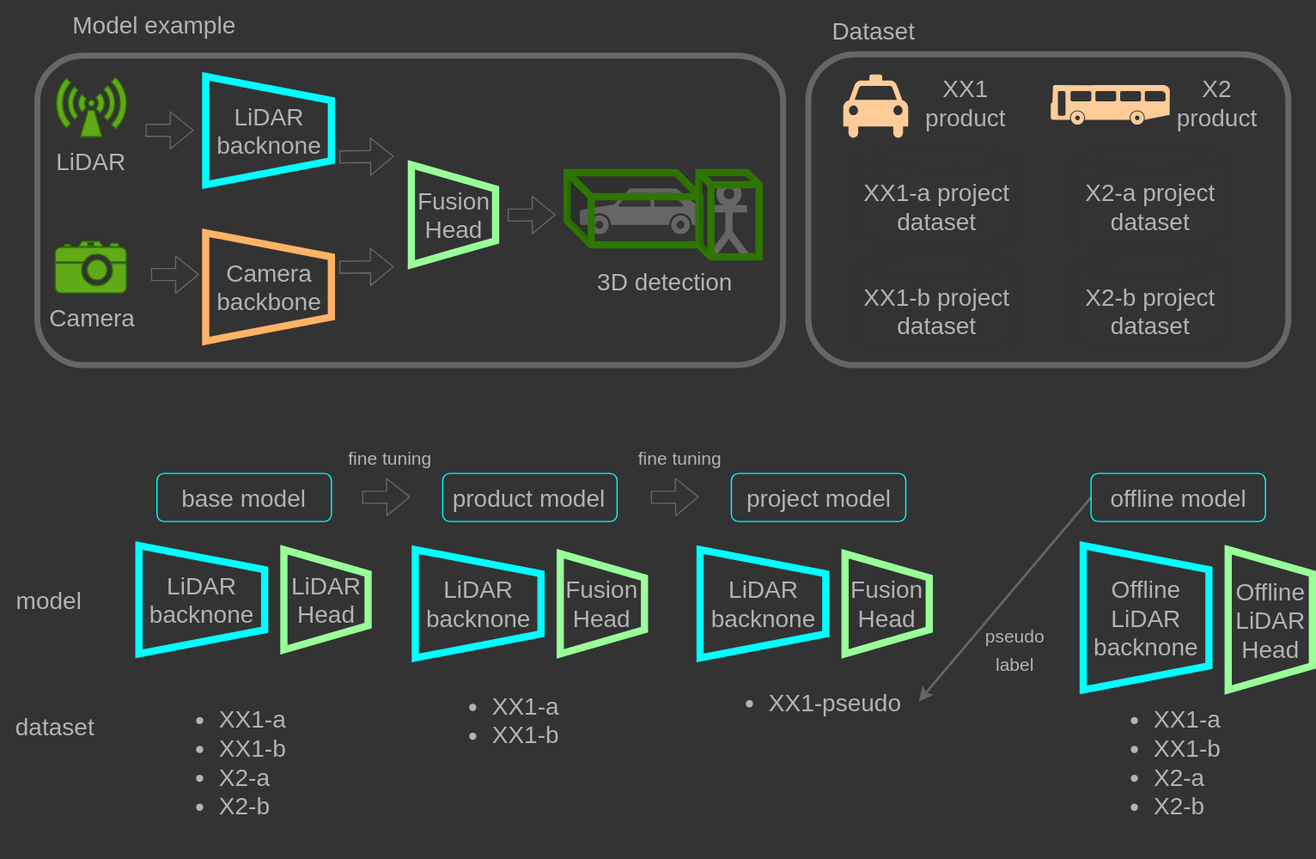
This is docs/fig/model_pipeline.drawio.svg from tier4/AWML, a draw.io export, as it was before one commit. Source tidied: cells renumbered, new cells last; positions are measured from the earlier drawing's top-left corner, leaving out a move shared by most shapes.
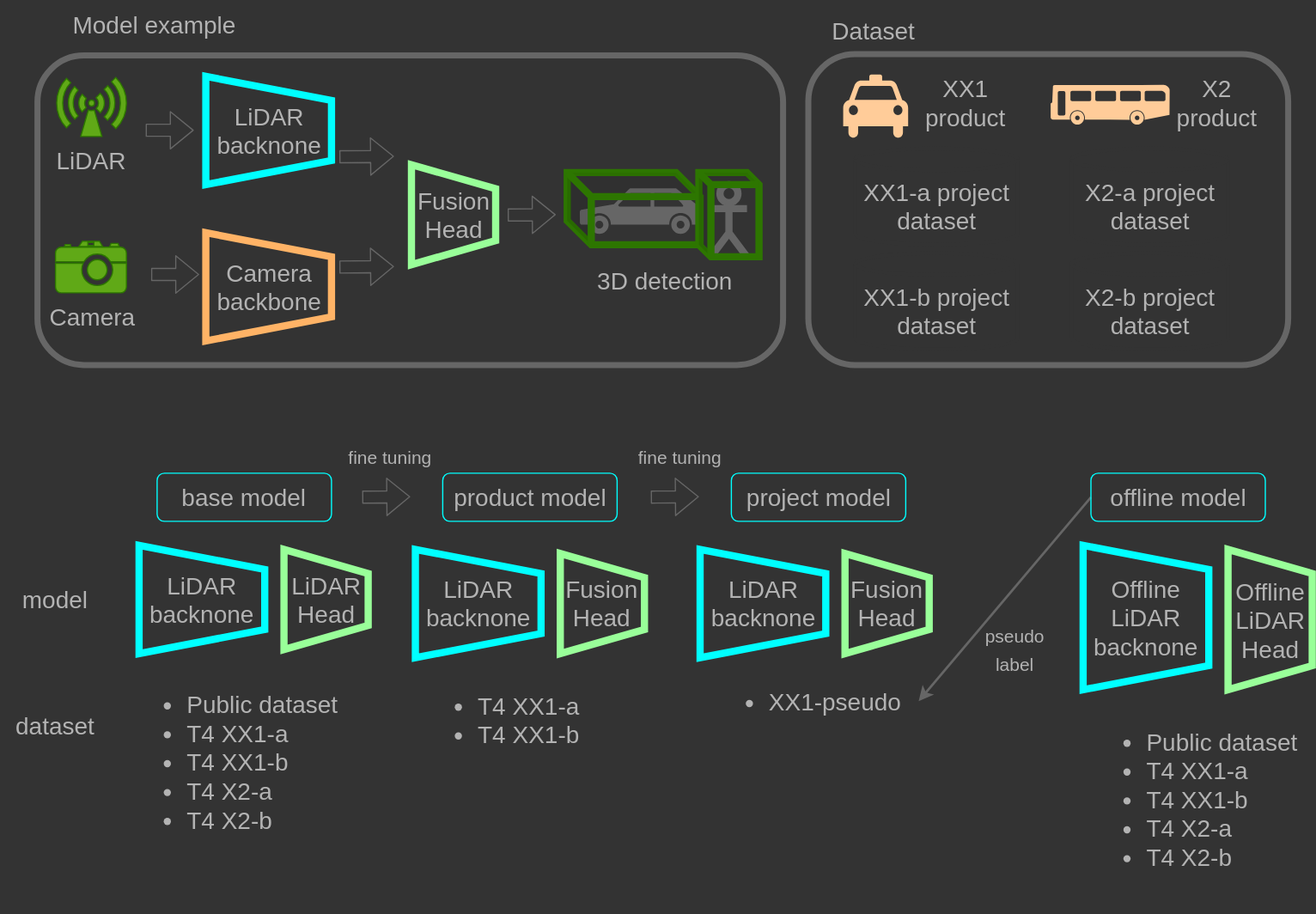
The same file after the commit.

The edit, as a diff of the source:
```diff
@@ -17,8 +17,8 @@
         <mxPoint x="340.5" y="412.5" as="targetPoint" />
       </mxGeometry>
     </mxCell>
-    <mxCell id="6" value="&lt;ul&gt;&lt;li&gt;&lt;span style=&quot;background-color: initial;&quot;&gt;XX1-a&lt;/span&gt;&lt;/li&gt;&lt;li&gt;&lt;span style=&quot;background-color: initial;&quot;&gt;XX1-b&lt;/span&gt;&lt;/li&gt;&lt;li&gt;&lt;span style=&quot;background-color: initial;&quot;&gt;X2-a&lt;/span&gt;&lt;/li&gt;&lt;li&gt;&lt;span style=&quot;background-color: initial;&quot;&gt;X2-b&lt;/span&gt;&lt;/li&gt;&lt;/ul&gt;" style="text;html=1;strokeColor=none;fillColor=none;align=left;verticalAlign=middle;whiteSpace=wrap;rounded=0;fontSize=20;fontColor=#B3B3B3;" parent="1" vertex="1">
-      <mxGeometry x="140" y="562" width="125" height="141" as="geometry" />
+    <mxCell id="6" value="&lt;ul&gt;&lt;li&gt;&lt;span style=&quot;background-color: initial;&quot;&gt;Public dataset&lt;/span&gt;&lt;/li&gt;&lt;li&gt;&lt;span style=&quot;background-color: initial;&quot;&gt;T4 XX1-a&lt;/span&gt;&lt;/li&gt;&lt;li&gt;&lt;span style=&quot;background-color: initial;&quot;&gt;T4 XX1-b&lt;/span&gt;&lt;/li&gt;&lt;li&gt;&lt;span style=&quot;background-color: initial;&quot;&gt;T4 X2-a&lt;/span&gt;&lt;/li&gt;&lt;li&gt;&lt;span style=&quot;background-color: initial;&quot;&gt;T4 X2-b&lt;/span&gt;&lt;/li&gt;&lt;/ul&gt;" style="text;html=1;strokeColor=none;fillColor=none;align=left;verticalAlign=middle;whiteSpace=wrap;rounded=0;fontSize=20;fontColor=#B3B3B3;" parent="1" vertex="1">
+      <mxGeometry x="112.5" y="562" width="180" height="141" as="geometry" />
     </mxCell>
     <mxCell id="7" value="&lt;span style=&quot;font-size: 15px;&quot;&gt;fine tuning&lt;/span&gt;" style="text;html=1;strokeColor=none;fillColor=none;align=center;verticalAlign=middle;whiteSpace=wrap;rounded=0;fontSize=20;fontColor=#B3B3B3;" parent="1" vertex="1">
       <mxGeometry x="275" y="363" width="97.5" height="30" as="geometry" />
@@ -50,9 +50,6 @@
     <mxCell id="16" value="&lt;font style=&quot;font-size: 20px;&quot;&gt;product model&lt;/font&gt;" style="rounded=1;whiteSpace=wrap;html=1;strokeColor=#00FFFF;fillColor=none;fontColor=#B3B3B3;" parent="1" vertex="1">
       <mxGeometry x="367.5" y="393" width="145" height="40" as="geometry" />
     </mxCell>
-    <mxCell id="17" value="&lt;ul&gt;&lt;li&gt;&lt;span style=&quot;background-color: initial;&quot;&gt;XX1-a&lt;/span&gt;&lt;/li&gt;&lt;li&gt;&lt;span style=&quot;background-color: initial;&quot;&gt;XX1-b&lt;/span&gt;&lt;/li&gt;&lt;/ul&gt;" style="text;html=1;strokeColor=none;fillColor=none;align=left;verticalAlign=middle;whiteSpace=wrap;rounded=0;fontSize=20;fontColor=#B3B3B3;" parent="1" vertex="1">
-      <mxGeometry x="367.5" y="562" width="145" height="72" as="geometry" />
-    </mxCell>
     <mxCell id="18" value="&lt;span style=&quot;background-color: initial;&quot;&gt;Dataset&lt;/span&gt;" style="text;html=1;strokeColor=none;fillColor=none;align=center;verticalAlign=middle;whiteSpace=wrap;rounded=0;fontSize=20;fontColor=#B3B3B3;" parent="1" vertex="1">
       <mxGeometry x="670.5" y="4.6" width="110" height="40" as="geometry" />
     </mxCell>
@@ -132,7 +129,7 @@
       <mxGeometry x="235.5" y="456.4" width="70" height="83.2" as="geometry" />
     </mxCell>
     <mxCell id="39" value="&lt;font style=&quot;font-size: 20px&quot;&gt;model&lt;br&gt;&lt;/font&gt;" style="text;html=1;align=center;verticalAlign=middle;fontColor=#B3B3B3;" parent="1" vertex="1">
-      <mxGeometry y="478" width="80" height="40" as="geometry" />
+      <mxGeometry x="5" y="478" width="80" height="40" as="geometry" />
     </mxCell>
     <mxCell id="40" value="&lt;font style=&quot;font-size: 20px&quot;&gt;dataset&lt;br&gt;&lt;/font&gt;" style="text;html=1;align=center;verticalAlign=middle;fontColor=#B3B3B3;" parent="1" vertex="1">
       <mxGeometry y="583" width="90" height="40" as="geometry" />
@@ -173,14 +170,17 @@
     <mxCell id="51" value="&lt;span style=&quot;font-size: 20px;&quot;&gt;Offline&lt;br&gt;LiDAR&lt;br&gt;Head&lt;/span&gt;" style="shape=trapezoid;perimeter=trapezoidPerimeter;whiteSpace=wrap;html=1;fixedSize=1;rotation=0;fillColor=none;fontColor=#B3B3B3;strokeColor=#99FF99;strokeWidth=6;direction=south;" parent="1" vertex="1">
       <mxGeometry x="1020.5" y="456.4" width="70" height="116.6" as="geometry" />
     </mxCell>
-    <mxCell id="52" value="&lt;ul&gt;&lt;li&gt;&lt;span style=&quot;background-color: initial;&quot;&gt;XX1-a&lt;/span&gt;&lt;/li&gt;&lt;li&gt;&lt;span style=&quot;background-color: initial;&quot;&gt;XX1-b&lt;/span&gt;&lt;/li&gt;&lt;li&gt;&lt;span style=&quot;background-color: initial;&quot;&gt;X2-a&lt;/span&gt;&lt;/li&gt;&lt;li&gt;&lt;span style=&quot;background-color: initial;&quot;&gt;X2-b&lt;/span&gt;&lt;/li&gt;&lt;/ul&gt;" style="text;html=1;strokeColor=none;fillColor=none;align=left;verticalAlign=middle;whiteSpace=wrap;rounded=0;fontSize=20;fontColor=#B3B3B3;" parent="1" vertex="1">
-      <mxGeometry x="916.5" y="562" width="125" height="141" as="geometry" />
-    </mxCell>
     <mxCell id="53" value="&lt;ul&gt;&lt;li&gt;&lt;span style=&quot;background-color: initial;&quot;&gt;XX1-pseudo&lt;/span&gt;&lt;/li&gt;&lt;/ul&gt;" style="text;html=1;strokeColor=none;fillColor=none;align=left;verticalAlign=middle;whiteSpace=wrap;rounded=0;fontSize=20;fontColor=#B3B3B3;" parent="1" vertex="1">
       <mxGeometry x="596.8" y="562" width="166.5" height="41" as="geometry" />
     </mxCell>
     <mxCell id="54" value="&lt;span style=&quot;font-size: 15px;&quot;&gt;pseudo label&lt;/span&gt;" style="text;html=1;strokeColor=none;fillColor=none;align=center;verticalAlign=middle;whiteSpace=wrap;rounded=0;fontSize=20;fontColor=#B3B3B3;" parent="1" vertex="1">
       <mxGeometry x="810" y="523" width="67" height="30" as="geometry" />
     </mxCell>
+    <mxCell id="55" value="&lt;ul&gt;&lt;li&gt;&lt;span style=&quot;background-color: initial;&quot;&gt;T4 XX1-a&lt;/span&gt;&lt;br&gt;&lt;/li&gt;&lt;li&gt;&lt;span style=&quot;background-color: initial;&quot;&gt;T4 XX1-b&lt;/span&gt;&lt;/li&gt;&lt;/ul&gt;" style="text;html=1;strokeColor=none;fillColor=none;align=left;verticalAlign=middle;whiteSpace=wrap;rounded=0;fontSize=20;fontColor=#B3B3B3;" parent="1" vertex="1">
+      <mxGeometry x="355.2" y="562" width="180" height="71" as="geometry" />
+    </mxCell>
+    <mxCell id="56" value="&lt;ul&gt;&lt;li&gt;&lt;span style=&quot;background-color: initial;&quot;&gt;Public dataset&lt;/span&gt;&lt;/li&gt;&lt;li&gt;&lt;span style=&quot;background-color: initial;&quot;&gt;T4 XX1-a&lt;/span&gt;&lt;/li&gt;&lt;li&gt;&lt;span style=&quot;background-color: initial;&quot;&gt;T4 XX1-b&lt;/span&gt;&lt;/li&gt;&lt;li&gt;&lt;span style=&quot;background-color: initial;&quot;&gt;T4 X2-a&lt;/span&gt;&lt;/li&gt;&lt;li&gt;&lt;span style=&quot;background-color: initial;&quot;&gt;T4 X2-b&lt;/span&gt;&lt;/li&gt;&lt;/ul&gt;" style="text;html=1;strokeColor=none;fillColor=none;align=left;verticalAlign=middle;whiteSpace=wrap;rounded=0;fontSize=20;fontColor=#B3B3B3;" parent="1" vertex="1">
+      <mxGeometry x="910.5" y="593" width="180" height="141" as="geometry" />
+    </mxCell>
   </root>
 </mxGraphModel>
```
